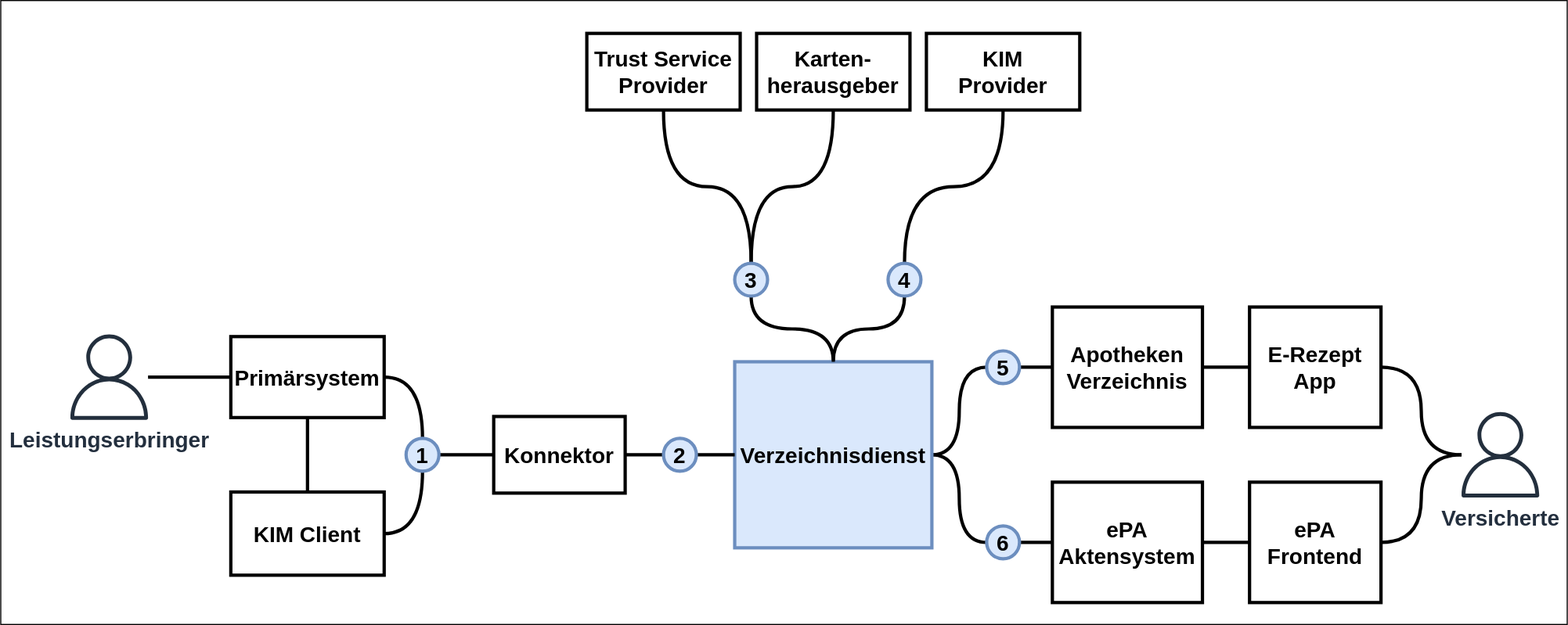
Before: images/VZD_Systemkontext.svg, a diagram exported from draw.io (gematik/api-vzd). Source tidied: cells renumbered, new cells last; positions are measured from the earlier drawing's top-left corner, leaving out a move shared by most shapes.
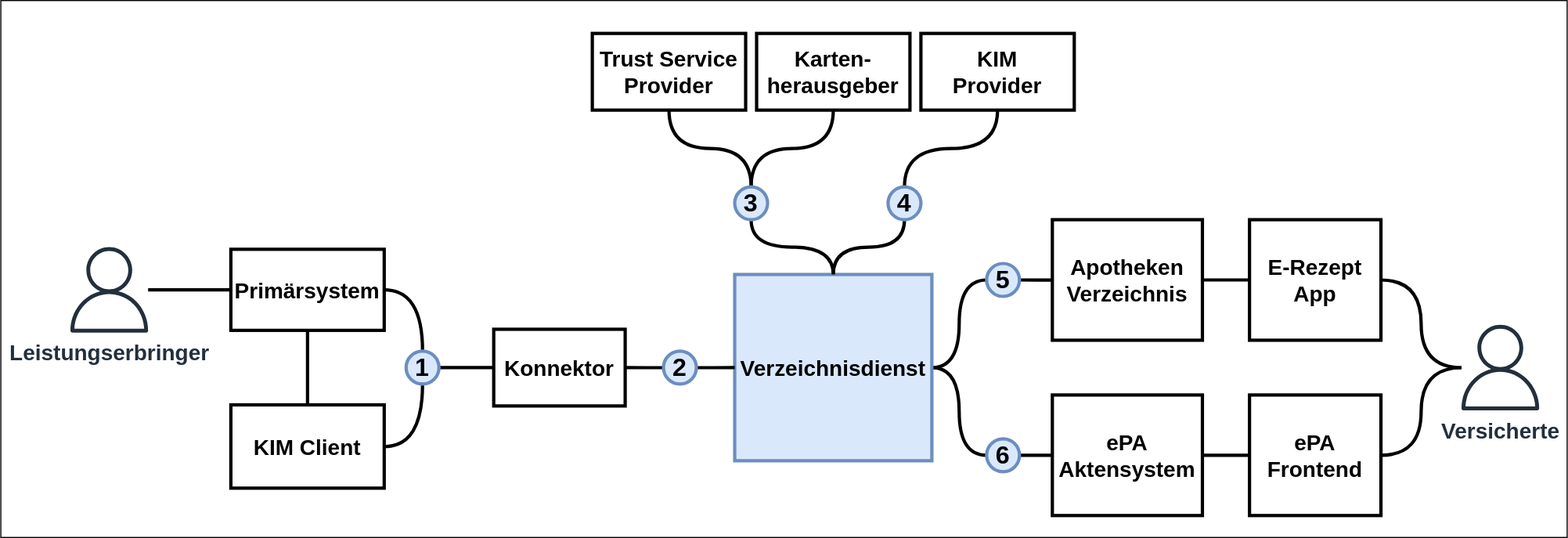
The same diagram one commit later.

The edit, as a diff of the source:
```diff
@@ -3,7 +3,7 @@
     <mxCell id="0" />
     <mxCell id="1" parent="0" />
     <mxCell id="2" style="rounded=0;whiteSpace=wrap;html=1;fontSize=16;strokeWidth=1;fillColor=none;" parent="1" vertex="1">
-      <mxGeometry width="1430" height="570" as="geometry" />
+      <mxGeometry y="80" width="1430" height="490" as="geometry" />
     </mxCell>
     <mxCell id="3" style="edgeStyle=orthogonalEdgeStyle;curved=1;jettySize=auto;html=1;exitX=0.5;exitY=0;exitDx=0;exitDy=0;entryX=0.5;entryY=1;entryDx=0;entryDy=0;fontSize=16;endArrow=none;endFill=0;strokeWidth=3;" parent="1" edge="1" source="6" target="27">
       <mxGeometry relative="1" as="geometry" />
@@ -77,16 +77,16 @@
     <mxCell id="26" style="edgeStyle=orthogonalEdgeStyle;curved=1;jettySize=auto;html=1;exitX=0.5;exitY=1;exitDx=0;exitDy=0;entryX=0.5;entryY=0;entryDx=0;entryDy=0;fontSize=16;endArrow=none;endFill=0;strokeWidth=3;" parent="1" edge="1" source="41" target="38">
       <mxGeometry relative="1" as="geometry" />
     </mxCell>
-    <mxCell id="27" value="3" style="ellipse;whiteSpace=wrap;html=1;fontSize=20;strokeWidth=3;fontStyle=1;fillColor=#dae8fc;strokeColor=#6c8ebf;" parent="1" vertex="1">
-      <mxGeometry x="670" y="240" width="30" height="30" as="geometry" />
+    <mxCell id="27" value="3" style="ellipse;whiteSpace=wrap;html=1;fontSize=23;strokeWidth=3;fontStyle=1;fillColor=#dae8fc;strokeColor=#6c8ebf;" parent="1" vertex="1">
+      <mxGeometry x="670" y="250" width="30" height="30" as="geometry" />
     </mxCell>
-    <mxCell id="28" value="5" style="ellipse;whiteSpace=wrap;html=1;fontSize=20;strokeWidth=3;fontStyle=1;fillColor=#dae8fc;strokeColor=#6c8ebf;" parent="1" vertex="1">
+    <mxCell id="28" value="5" style="ellipse;whiteSpace=wrap;html=1;fontSize=23;strokeWidth=3;fontStyle=1;fillColor=#dae8fc;strokeColor=#6c8ebf;" parent="1" vertex="1">
       <mxGeometry x="900" y="320" width="30" height="30" as="geometry" />
     </mxCell>
     <mxCell id="29" style="edgeStyle=orthogonalEdgeStyle;curved=1;jettySize=auto;html=1;exitX=1;exitY=0.5;exitDx=0;exitDy=0;entryX=0;entryY=0.5;entryDx=0;entryDy=0;fontSize=16;endArrow=none;endFill=0;strokeWidth=3;" parent="1" edge="1" source="30" target="13">
       <mxGeometry relative="1" as="geometry" />
     </mxCell>
-    <mxCell id="30" value="6" style="ellipse;whiteSpace=wrap;html=1;fontSize=20;strokeWidth=3;fontStyle=1;fillColor=#dae8fc;strokeColor=#6c8ebf;" parent="1" vertex="1">
+    <mxCell id="30" value="6" style="ellipse;whiteSpace=wrap;html=1;fontSize=23;strokeWidth=3;fontStyle=1;fillColor=#dae8fc;strokeColor=#6c8ebf;" parent="1" vertex="1">
       <mxGeometry x="900" y="480" width="30" height="30" as="geometry" />
     </mxCell>
     <mxCell id="31" style="edgeStyle=orthogonalEdgeStyle;curved=1;jettySize=auto;html=1;exitX=1;exitY=0.5;exitDx=0;exitDy=0;entryX=0;entryY=0.5;entryDx=0;entryDy=0;fontSize=16;endArrow=none;endFill=0;strokeWidth=3;" parent="1" edge="1" source="33" target="7">
@@ -95,7 +95,7 @@
     <mxCell id="32" style="edgeStyle=orthogonalEdgeStyle;curved=1;jettySize=auto;html=1;exitX=0.5;exitY=0;exitDx=0;exitDy=0;entryX=1;entryY=0.5;entryDx=0;entryDy=0;fontSize=16;endArrow=none;endFill=0;strokeWidth=3;" parent="1" edge="1" source="33" target="9">
       <mxGeometry relative="1" as="geometry" />
     </mxCell>
-    <mxCell id="33" value="1" style="ellipse;whiteSpace=wrap;html=1;fontSize=20;strokeWidth=3;fontStyle=1;fillColor=#dae8fc;strokeColor=#6c8ebf;" parent="1" vertex="1">
+    <mxCell id="33" value="1" style="ellipse;whiteSpace=wrap;html=1;fontSize=23;strokeWidth=3;fontStyle=1;fillColor=#dae8fc;strokeColor=#6c8ebf;" parent="1" vertex="1">
       <mxGeometry x="370" y="400" width="30" height="30" as="geometry" />
     </mxCell>
     <mxCell id="34" style="edgeStyle=orthogonalEdgeStyle;curved=1;jettySize=auto;html=1;entryX=1;entryY=0.5;entryDx=0;entryDy=0;fontSize=16;endArrow=none;endFill=0;strokeWidth=3;" parent="1" edge="1" source="36" target="7">
@@ -104,23 +104,23 @@
     <mxCell id="35" style="edgeStyle=orthogonalEdgeStyle;curved=1;jettySize=auto;html=1;entryX=0;entryY=0.5;entryDx=0;entryDy=0;fontSize=16;endArrow=none;endFill=0;strokeWidth=3;" parent="1" edge="1" source="36" target="6">
       <mxGeometry relative="1" as="geometry" />
     </mxCell>
-    <mxCell id="36" value="&lt;font style=&quot;font-size: 20px&quot;&gt;&lt;b&gt;2&lt;/b&gt;&lt;/font&gt;" style="ellipse;whiteSpace=wrap;html=1;fontSize=16;strokeWidth=3;fillColor=#dae8fc;strokeColor=#6c8ebf;" parent="1" vertex="1">
+    <mxCell id="36" value="&lt;font style=&quot;font-size: 23px;&quot;&gt;&lt;b style=&quot;font-size: 23px;&quot;&gt;2&lt;/b&gt;&lt;/font&gt;" style="ellipse;whiteSpace=wrap;html=1;fontSize=23;strokeWidth=3;fillColor=#dae8fc;strokeColor=#6c8ebf;" parent="1" vertex="1">
       <mxGeometry x="605" y="400" width="30" height="30" as="geometry" />
     </mxCell>
     <mxCell id="37" style="edgeStyle=orthogonalEdgeStyle;curved=1;jettySize=auto;html=1;exitX=0.5;exitY=1;exitDx=0;exitDy=0;entryX=0.5;entryY=0;entryDx=0;entryDy=0;fontSize=20;endArrow=none;endFill=0;strokeWidth=3;" parent="1" edge="1" source="38" target="6">
       <mxGeometry relative="1" as="geometry" />
     </mxCell>
-    <mxCell id="38" value="4" style="ellipse;whiteSpace=wrap;html=1;fontSize=20;strokeWidth=3;fontStyle=1;fillColor=#dae8fc;strokeColor=#6c8ebf;" parent="1" vertex="1">
-      <mxGeometry x="810" y="240" width="30" height="30" as="geometry" />
+    <mxCell id="38" value="4" style="ellipse;whiteSpace=wrap;html=1;fontSize=23;strokeWidth=3;fontStyle=1;fillColor=#dae8fc;strokeColor=#6c8ebf;" parent="1" vertex="1">
+      <mxGeometry x="810" y="250" width="30" height="30" as="geometry" />
     </mxCell>
     <mxCell id="39" value="Karten-&lt;br style=&quot;font-size: 20px;&quot;&gt;herausgeber" style="rounded=0;whiteSpace=wrap;html=1;strokeWidth=3;fontSize=20;fontStyle=1;" parent="1" vertex="1">
-      <mxGeometry x="690" y="30" width="140" height="70" as="geometry" />
+      <mxGeometry x="690" y="110" width="140" height="70" as="geometry" />
     </mxCell>
     <mxCell id="40" value="Trust Service Provider" style="rounded=0;whiteSpace=wrap;html=1;strokeWidth=3;fontSize=20;fontStyle=1;" parent="1" vertex="1">
-      <mxGeometry x="535" y="30" width="140" height="70" as="geometry" />
+      <mxGeometry x="540" y="110" width="140" height="70" as="geometry" />
     </mxCell>
     <mxCell id="41" value="KIM&lt;br style=&quot;font-size: 20px;&quot;&gt;Provider" style="rounded=0;whiteSpace=wrap;html=1;strokeWidth=3;fontSize=20;fontStyle=1;" parent="1" vertex="1">
-      <mxGeometry x="845" y="30" width="140" height="70" as="geometry" />
+      <mxGeometry x="840" y="110" width="140" height="70" as="geometry" />
     </mxCell>
   </root>
 </mxGraphModel>
```
